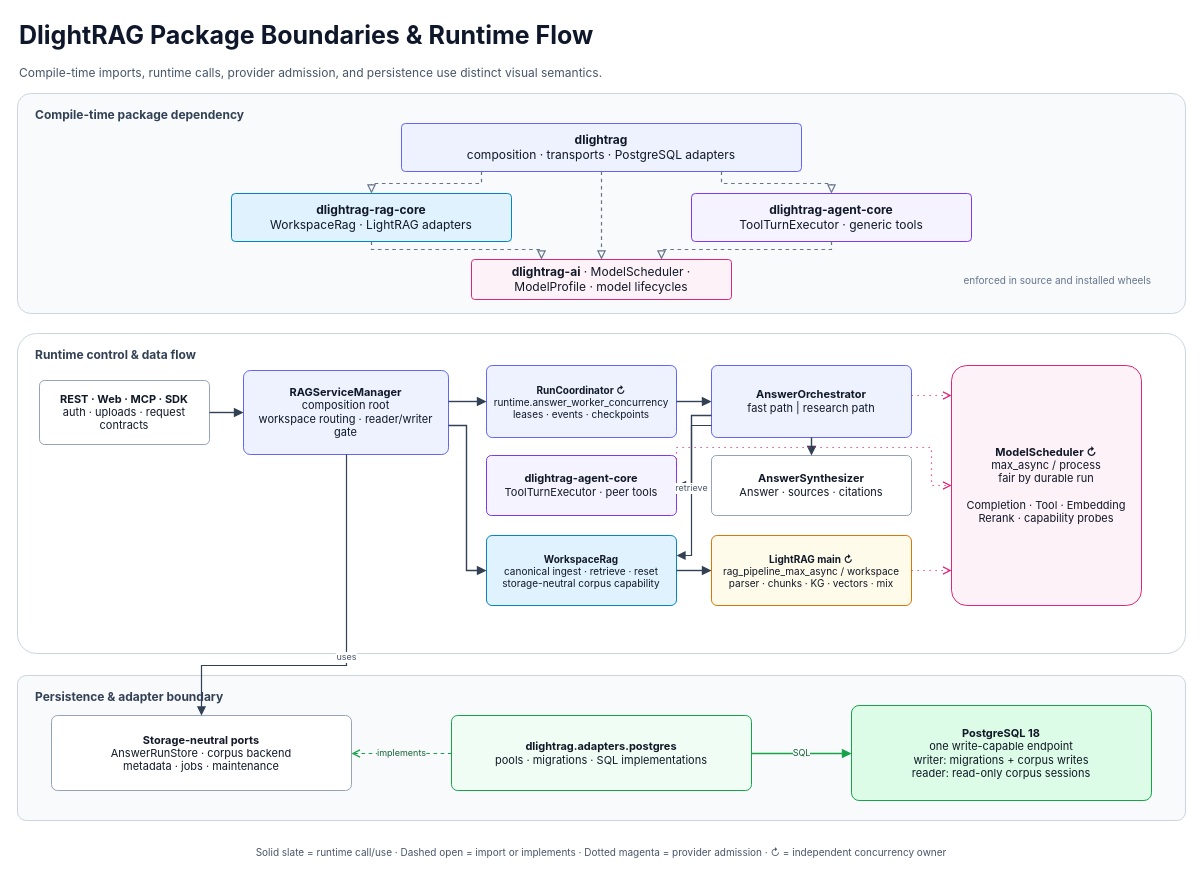
hanlianlu/DlightRAG keeps this draw.io diagram as docs/architecture.drawio. Above is the earlier version. Source tidied: cells renumbered, new cells numbered last; positions are measured from the earlier drawing's top-left corner, leaving out a move shared by most shapes. Both pictures are drawn from the tidied source at 100%, with x=0, y=0 at pixel (17, 17).
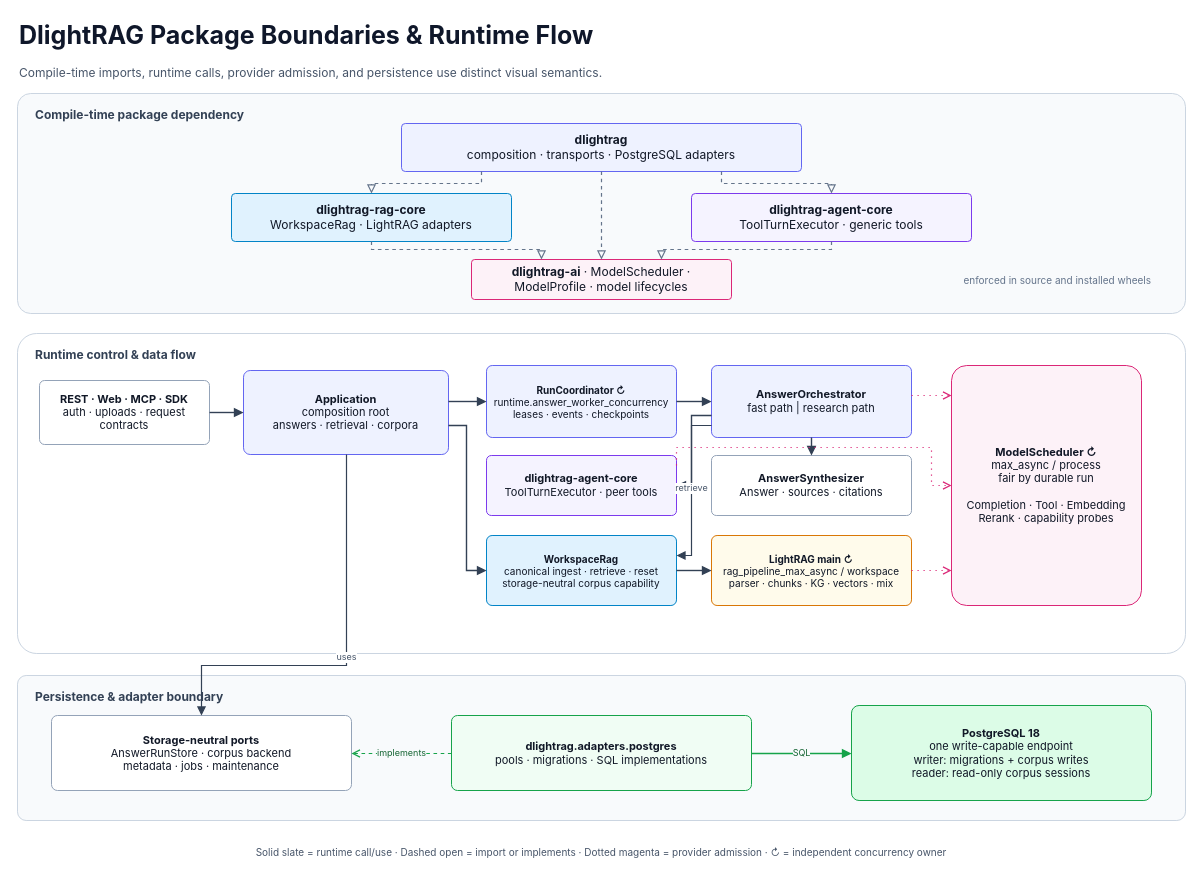
The same diagram, later.

The edit, as a diff of the source:
```diff
@@
-    <mxCell id="12" value="&lt;b&gt;RAGServiceManager&lt;/b&gt;&lt;br&gt;composition root&lt;br&gt;workspace routing · reader/writer gate" style="rounded=1;whiteSpace=wrap;html=1;fillColor=#eef2ff;strokeColor=#6366f1;arcSize=8;fontFamily=Inter;fontSize=11;fontColor=#111827;spacing=8;" parent="1" vertex="1">
+    <mxCell id="12" value="&lt;b&gt;Application&lt;/b&gt;&lt;br&gt;composition root&lt;br&gt;answers · retrieval · corpora" style="rounded=1;whiteSpace=wrap;html=1;fillColor=#eef2ff;strokeColor=#6366f1;arcSize=8;fontFamily=Inter;fontSize=11;fontColor=#111827;spacing=8;" parent="1" vertex="1">
       <mxGeometry x="226" y="353" width="205" height="84" as="geometry" />
     </mxCell>
```
